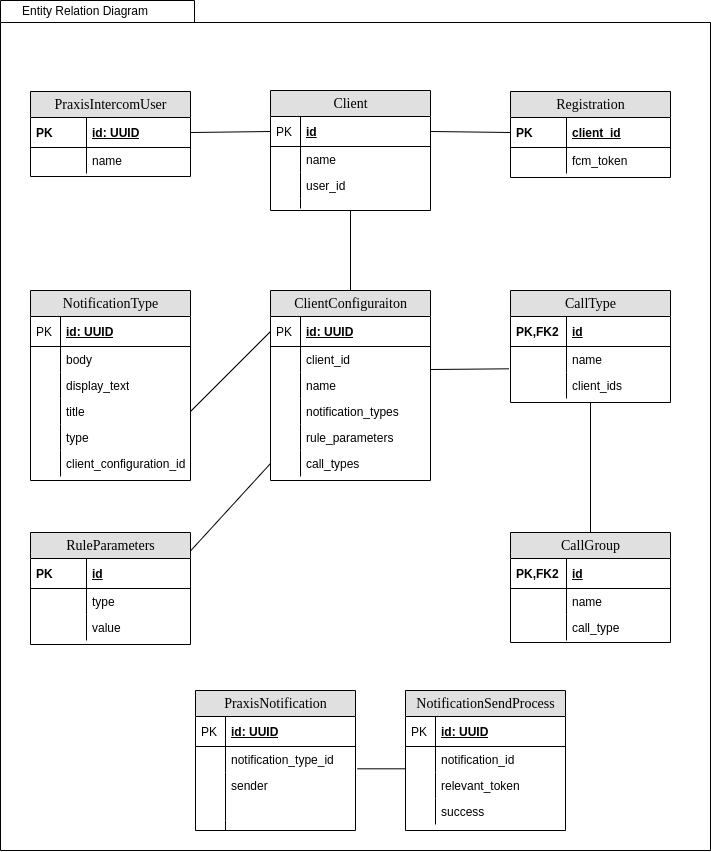
Above: src/graphics/diagramms/erd_v02.png in jsvilling/IP6_Bachelorarbeit_Bericht_Cloudbasiertes_Praxisrufsystem (draw.io), before the change. Source tidied: cells renumbered, new cells last; positions are measured from the earlier drawing's top-left corner, leaving out a move shared by most shapes.
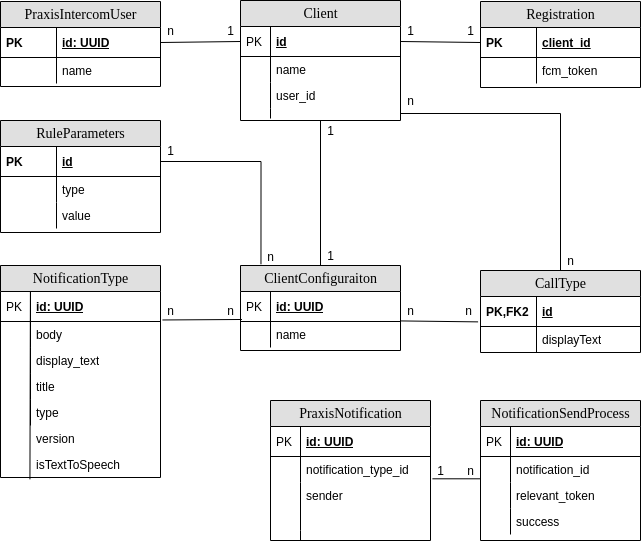
After the change.

What changed in the source:
```diff
@@ -2,11 +2,8 @@
   <root>
     <mxCell id="0" />
     <mxCell id="1" parent="0" />
-    <mxCell id="2" style="shape=folder;fontStyle=1;spacingTop=10;tabWidth=194;tabHeight=22;tabPosition=left;html=1;rounded=0;shadow=0;comic=0;labelBackgroundColor=none;strokeWidth=1;fillColor=none;fontFamily=Verdana;fontSize=10;align=center;" parent="1" vertex="1">
-      <mxGeometry width="710" height="850" as="geometry" />
-    </mxCell>
     <mxCell id="3" value="ClientConfiguraiton" style="swimlane;html=1;fontStyle=0;horizontal=1;startSize=26;fillColor=#e0e0e0;swimlaneFillColor=#ffffff;align=center;rounded=0;shadow=0;comic=0;labelBackgroundColor=none;strokeWidth=1;fontFamily=Verdana;fontSize=14;" parent="1" vertex="1">
-      <mxGeometry x="270" y="290" width="160" height="190" as="geometry" />
+      <mxGeometry x="270" y="355" width="160" height="85" as="geometry" />
     </mxCell>
     <mxCell id="4" value="id: UUID" style="shape=partialRectangle;top=0;left=0;right=0;bottom=1;html=1;align=left;verticalAlign=middle;fillColor=none;spacingLeft=34;spacingRight=4;whiteSpace=wrap;overflow=hidden;points=[[0,0.5],[1,0.5]];portConstraint=eastwest;fontStyle=5;" parent="3" vertex="1">
       <mxGeometry y="26" width="160" height="30" as="geometry" />
@@ -14,36 +11,12 @@
     <mxCell id="5" value="PK" style="shape=partialRectangle;top=0;left=0;bottom=0;html=1;fillColor=none;align=left;verticalAlign=middle;spacingLeft=4;spacingRight=4;whiteSpace=wrap;overflow=hidden;" parent="4" vertex="1">
       <mxGeometry width="30" height="30" as="geometry" />
     </mxCell>
-    <mxCell id="6" value="client_id" style="shape=partialRectangle;top=0;left=0;right=0;bottom=0;html=1;align=left;verticalAlign=top;fillColor=none;spacingLeft=34;spacingRight=4;whiteSpace=wrap;overflow=hidden;" parent="3" vertex="1">
-      <mxGeometry y="56" width="160" height="26" as="geometry" />
-    </mxCell>
-    <mxCell id="7" style="shape=partialRectangle;top=0;left=0;bottom=0;html=1;fillColor=none;align=left;verticalAlign=top;spacingLeft=4;spacingRight=4;whiteSpace=wrap;overflow=hidden;" parent="6" vertex="1">
-      <mxGeometry width="30" height="26" as="geometry" />
-    </mxCell>
     <mxCell id="8" value="name" style="shape=partialRectangle;top=0;left=0;right=0;bottom=0;html=1;align=left;verticalAlign=top;fillColor=none;spacingLeft=34;spacingRight=4;whiteSpace=wrap;overflow=hidden;points=[[0,0.5],[1,0.5]];portConstraint=eastwest;" parent="3" vertex="1">
-      <mxGeometry y="82" width="160" height="26" as="geometry" />
+      <mxGeometry y="56" width="160" height="26" as="geometry" />
     </mxCell>
     <mxCell id="9" style="shape=partialRectangle;top=0;left=0;bottom=0;html=1;fillColor=none;align=left;verticalAlign=top;spacingLeft=4;spacingRight=4;whiteSpace=wrap;overflow=hidden;" parent="8" vertex="1">
       <mxGeometry width="30" height="26" as="geometry" />
     </mxCell>
-    <mxCell id="10" value="notification_types" style="shape=partialRectangle;top=0;left=0;right=0;bottom=0;html=1;align=left;verticalAlign=top;fillColor=none;spacingLeft=34;spacingRight=4;whiteSpace=wrap;overflow=hidden;" parent="3" vertex="1">
-      <mxGeometry y="108" width="160" height="26" as="geometry" />
-    </mxCell>
-    <mxCell id="11" style="shape=partialRectangle;top=0;left=0;bottom=0;html=1;fillColor=none;align=left;verticalAlign=top;spacingLeft=4;spacingRight=4;whiteSpace=wrap;overflow=hidden;" parent="10" vertex="1">
-      <mxGeometry width="30" height="26" as="geometry" />
-    </mxCell>
-    <mxCell id="12" value="rule_parameters" style="shape=partialRectangle;top=0;left=0;right=0;bottom=0;html=1;align=left;verticalAlign=top;fillColor=none;spacingLeft=34;spacingRight=4;whiteSpace=wrap;overflow=hidden;" parent="3" vertex="1">
-      <mxGeometry y="134" width="160" height="26" as="geometry" />
-    </mxCell>
-    <mxCell id="13" style="shape=partialRectangle;top=0;left=0;bottom=0;html=1;fillColor=none;align=left;verticalAlign=top;spacingLeft=4;spacingRight=4;whiteSpace=wrap;overflow=hidden;" parent="12" vertex="1">
-      <mxGeometry width="30" height="26" as="geometry" />
-    </mxCell>
-    <mxCell id="14" value="call_types" style="shape=partialRectangle;top=0;left=0;right=0;bottom=0;html=1;align=left;verticalAlign=top;fillColor=none;spacingLeft=34;spacingRight=4;whiteSpace=wrap;overflow=hidden;points=[[0,0.5],[1,0.5]];portConstraint=eastwest;" parent="3" vertex="1">
-      <mxGeometry y="160" width="160" height="26" as="geometry" />
-    </mxCell>
-    <mxCell id="15" style="shape=partialRectangle;top=0;left=0;bottom=0;html=1;fillColor=none;align=left;verticalAlign=top;spacingLeft=4;spacingRight=4;whiteSpace=wrap;overflow=hidden;" parent="14" vertex="1">
-      <mxGeometry width="30" height="26" as="geometry" />
-    </mxCell>
     <mxCell id="16" value="Client" style="swimlane;html=1;fontStyle=0;horizontal=1;startSize=26;fillColor=#e0e0e0;swimlaneFillColor=#ffffff;align=center;rounded=0;shadow=0;comic=0;labelBackgroundColor=none;strokeWidth=1;fontFamily=Verdana;fontSize=14;swimlaneLine=1;" parent="1" vertex="1">
       <mxGeometry x="270" y="90" width="160" height="120" as="geometry" />
     </mxCell>
@@ -72,7 +45,7 @@
       <mxGeometry width="30" height="10" as="geometry" />
     </mxCell>
     <mxCell id="25" value="NotificationType" style="swimlane;html=1;fontStyle=0;horizontal=1;startSize=26;fillColor=#e0e0e0;swimlaneFillColor=#ffffff;align=center;rounded=0;shadow=0;comic=0;labelBackgroundColor=none;strokeWidth=1;fontFamily=Verdana;fontSize=14;" parent="1" vertex="1">
-      <mxGeometry x="30" y="290" width="160" height="190" as="geometry" />
+      <mxGeometry x="30" y="355" width="160" height="212" as="geometry" />
     </mxCell>
     <mxCell id="26" value="id: UUID" style="shape=partialRectangle;top=0;left=0;right=0;bottom=1;html=1;align=left;verticalAlign=middle;fillColor=none;spacingLeft=34;spacingRight=4;whiteSpace=wrap;overflow=hidden;points=[[0,0.5],[1,0.5]];portConstraint=eastwest;fontStyle=5;" parent="25" vertex="1">
       <mxGeometry y="26" width="160" height="30" as="geometry" />
@@ -104,14 +77,17 @@
     <mxCell id="35" style="shape=partialRectangle;top=0;left=0;bottom=0;html=1;fillColor=none;align=left;verticalAlign=top;spacingLeft=4;spacingRight=4;whiteSpace=wrap;overflow=hidden;" parent="34" vertex="1">
       <mxGeometry width="30" height="26" as="geometry" />
     </mxCell>
-    <mxCell id="36" value="client_configuration_id" style="shape=partialRectangle;top=0;left=0;right=0;bottom=0;html=1;align=left;verticalAlign=top;fillColor=none;spacingLeft=34;spacingRight=4;whiteSpace=wrap;overflow=hidden;" parent="25" vertex="1">
-      <mxGeometry y="160" width="160" height="26" as="geometry" />
-    </mxCell>
-    <mxCell id="37" style="shape=partialRectangle;top=0;left=0;bottom=0;html=1;fillColor=none;align=left;verticalAlign=top;spacingLeft=4;spacingRight=4;whiteSpace=wrap;overflow=hidden;" parent="36" vertex="1">
-      <mxGeometry width="30" height="26" as="geometry" />
-    </mxCell>
+    <mxCell id="96" value="version" style="shape=partialRectangle;top=0;left=0;right=0;bottom=0;html=1;align=left;verticalAlign=top;fillColor=none;spacingLeft=34;spacingRight=4;whiteSpace=wrap;overflow=hidden;" parent="25" vertex="1">
+      <mxGeometry y="160" width="160" height="26" as="geometry" />
+    </mxCell>
+    <mxCell id="97" value="isTextToSpeech" style="shape=partialRectangle;top=0;left=0;right=0;bottom=0;html=1;align=left;verticalAlign=top;fillColor=none;spacingLeft=34;spacingRight=4;whiteSpace=wrap;overflow=hidden;points=[[0,0.5],[1,0.5]];portConstraint=eastwest;" parent="25" vertex="1">
+      <mxGeometry y="186" width="160" height="26" as="geometry" />
+    </mxCell>
+    <mxCell id="98" style="endArrow=none;html=1;rounded=0;entryX=0.187;entryY=-0.002;entryDx=0;entryDy=0;entryPerimeter=0;exitX=0.184;exitY=1.072;exitDx=0;exitDy=0;exitPerimeter=0;" parent="25" edge="1" source="97" target="26">
+      <mxGeometry relative="1" as="geometry" />
+    </mxCell>
     <mxCell id="38" value="PraxisNotification" style="swimlane;html=1;fontStyle=0;horizontal=1;startSize=26;fillColor=#e0e0e0;swimlaneFillColor=#ffffff;align=center;rounded=0;shadow=0;comic=0;labelBackgroundColor=none;strokeWidth=1;fontFamily=Verdana;fontSize=14;" parent="1" vertex="1">
-      <mxGeometry x="195" y="690" width="160" height="140" as="geometry" />
+      <mxGeometry x="300" y="490" width="160" height="140" as="geometry" />
     </mxCell>
     <mxCell id="39" value="id: UUID" style="shape=partialRectangle;top=0;left=0;right=0;bottom=1;html=1;align=left;verticalAlign=middle;fillColor=none;spacingLeft=34;spacingRight=4;whiteSpace=wrap;overflow=hidden;fontStyle=5;" parent="38" vertex="1">
       <mxGeometry y="26" width="160" height="30" as="geometry" />
@@ -168,7 +144,7 @@
       <mxGeometry width="56" height="26" as="geometry" />
     </mxCell>
     <mxCell id="57" value="RuleParameters" style="swimlane;html=1;fontStyle=0;horizontal=1;startSize=26;fillColor=#e0e0e0;swimlaneFillColor=#ffffff;align=center;rounded=0;shadow=0;comic=0;labelBackgroundColor=none;strokeWidth=1;fontFamily=Verdana;fontSize=14;" parent="1" vertex="1">
-      <mxGeometry x="30" y="532" width="160" height="112" as="geometry" />
+      <mxGeometry x="30" y="210" width="160" height="112" as="geometry" />
     </mxCell>
     <mxCell id="58" value="id" style="shape=partialRectangle;top=0;left=0;right=0;bottom=1;html=1;align=left;verticalAlign=middle;fillColor=none;spacingLeft=60;spacingRight=4;whiteSpace=wrap;overflow=hidden;points=[[0,0.5],[1,0.5]];portConstraint=eastwest;fontStyle=5;" parent="57" vertex="1">
       <mxGeometry y="26" width="160" height="30" as="geometry" />
@@ -188,8 +164,11 @@
     <mxCell id="63" style="shape=partialRectangle;top=0;left=0;bottom=0;html=1;fillColor=none;align=left;verticalAlign=top;spacingLeft=4;spacingRight=4;whiteSpace=wrap;overflow=hidden;" parent="62" vertex="1">
       <mxGeometry width="56" height="26" as="geometry" />
     </mxCell>
+    <mxCell id="99" style="edgeStyle=orthogonalEdgeStyle;rounded=0;jettySize=auto;html=1;entryX=1;entryY=0.5;entryDx=0;entryDy=0;endArrow=none;endFill=0;" parent="1" edge="1" source="64" target="23">
+      <mxGeometry relative="1" as="geometry" />
+    </mxCell>
     <mxCell id="64" value="CallType" style="swimlane;html=1;fontStyle=0;horizontal=1;startSize=26;fillColor=#e0e0e0;swimlaneFillColor=#ffffff;align=center;rounded=0;shadow=0;comic=0;labelBackgroundColor=none;strokeWidth=1;fontFamily=Verdana;fontSize=14;" parent="1" vertex="1">
-      <mxGeometry x="510" y="290" width="160" height="112" as="geometry" />
+      <mxGeometry x="510" y="360" width="160" height="82" as="geometry" />
     </mxCell>
     <mxCell id="65" value="id" style="shape=partialRectangle;top=0;left=0;right=0;bottom=1;html=1;align=left;verticalAlign=middle;fillColor=none;spacingLeft=60;spacingRight=4;whiteSpace=wrap;overflow=hidden;points=[[0,0.5],[1,0.5]];portConstraint=eastwest;fontStyle=5;" parent="64" vertex="1">
       <mxGeometry y="26" width="160" height="30" as="geometry" />
@@ -197,20 +176,14 @@
     <mxCell id="66" value="PK,FK2" style="shape=partialRectangle;fontStyle=1;top=0;left=0;bottom=0;html=1;fillColor=none;align=left;verticalAlign=middle;spacingLeft=4;spacingRight=4;whiteSpace=wrap;overflow=hidden;" parent="65" vertex="1">
       <mxGeometry width="56" height="30" as="geometry" />
     </mxCell>
-    <mxCell id="67" value="name" style="shape=partialRectangle;top=0;left=0;right=0;bottom=0;html=1;align=left;verticalAlign=top;fillColor=none;spacingLeft=60;spacingRight=4;whiteSpace=wrap;overflow=hidden;points=[[0,0.5],[1,0.5]];portConstraint=eastwest;" parent="64" vertex="1">
+    <mxCell id="67" value="displayText" style="shape=partialRectangle;top=0;left=0;right=0;bottom=0;html=1;align=left;verticalAlign=top;fillColor=none;spacingLeft=60;spacingRight=4;whiteSpace=wrap;overflow=hidden;points=[[0,0.5],[1,0.5]];portConstraint=eastwest;" parent="64" vertex="1">
       <mxGeometry y="56" width="160" height="26" as="geometry" />
     </mxCell>
     <mxCell id="68" style="shape=partialRectangle;top=0;left=0;bottom=0;html=1;fillColor=none;align=left;verticalAlign=top;spacingLeft=4;spacingRight=4;whiteSpace=wrap;overflow=hidden;" parent="67" vertex="1">
       <mxGeometry width="56" height="26" as="geometry" />
     </mxCell>
-    <mxCell id="69" value="client_ids" style="shape=partialRectangle;top=0;left=0;right=0;bottom=0;html=1;align=left;verticalAlign=top;fillColor=none;spacingLeft=60;spacingRight=4;whiteSpace=wrap;overflow=hidden;" parent="64" vertex="1">
-      <mxGeometry y="82" width="160" height="26" as="geometry" />
-    </mxCell>
-    <mxCell id="70" style="shape=partialRectangle;top=0;left=0;bottom=0;html=1;fillColor=none;align=left;verticalAlign=top;spacingLeft=4;spacingRight=4;whiteSpace=wrap;overflow=hidden;" parent="69" vertex="1">
-      <mxGeometry width="56" height="26" as="geometry" />
-    </mxCell>
     <mxCell id="71" value="NotificationSendProcess" style="swimlane;html=1;fontStyle=0;horizontal=1;startSize=26;fillColor=#e0e0e0;swimlaneFillColor=#ffffff;align=center;rounded=0;shadow=0;comic=0;labelBackgroundColor=none;strokeWidth=1;fontFamily=Verdana;fontSize=14;" parent="1" vertex="1">
-      <mxGeometry x="405" y="690" width="160" height="140" as="geometry" />
+      <mxGeometry x="510" y="490" width="160" height="140" as="geometry" />
     </mxCell>
     <mxCell id="72" value="id: UUID" style="shape=partialRectangle;top=0;left=0;right=0;bottom=1;html=1;align=left;verticalAlign=middle;fillColor=none;spacingLeft=34;spacingRight=4;whiteSpace=wrap;overflow=hidden;fontStyle=5;" parent="71" vertex="1">
       <mxGeometry y="26" width="160" height="30" as="geometry" />
@@ -236,30 +209,6 @@
     <mxCell id="79" style="shape=partialRectangle;top=0;left=0;bottom=0;html=1;fillColor=none;align=left;verticalAlign=top;spacingLeft=4;spacingRight=4;whiteSpace=wrap;overflow=hidden;" parent="78" vertex="1">
       <mxGeometry width="30" height="26" as="geometry" />
     </mxCell>
-    <mxCell id="80" value="Entity Relation Diagram" style="text;html=1;strokeColor=none;fillColor=none;align=center;verticalAlign=middle;whiteSpace=wrap;rounded=0;" parent="1" vertex="1">
-      <mxGeometry x="10" width="150" height="20" as="geometry" />
-    </mxCell>
-    <mxCell id="81" value="CallGroup" style="swimlane;html=1;fontStyle=0;horizontal=1;startSize=26;fillColor=#e0e0e0;swimlaneFillColor=#ffffff;align=center;rounded=0;shadow=0;comic=0;labelBackgroundColor=none;strokeWidth=1;fontFamily=Verdana;fontSize=14;" parent="1" vertex="1">
-      <mxGeometry x="510" y="532" width="160" height="110" as="geometry" />
-    </mxCell>
-    <mxCell id="82" value="id" style="shape=partialRectangle;top=0;left=0;right=0;bottom=1;html=1;align=left;verticalAlign=middle;fillColor=none;spacingLeft=60;spacingRight=4;whiteSpace=wrap;overflow=hidden;fontStyle=5;" parent="81" vertex="1">
-      <mxGeometry y="26" width="160" height="30" as="geometry" />
-    </mxCell>
-    <mxCell id="83" value="PK,FK2" style="shape=partialRectangle;fontStyle=1;top=0;left=0;bottom=0;html=1;fillColor=none;align=left;verticalAlign=middle;spacingLeft=4;spacingRight=4;whiteSpace=wrap;overflow=hidden;" parent="82" vertex="1">
-      <mxGeometry width="56" height="30" as="geometry" />
-    </mxCell>
-    <mxCell id="84" value="name" style="shape=partialRectangle;top=0;left=0;right=0;bottom=0;html=1;align=left;verticalAlign=top;fillColor=none;spacingLeft=60;spacingRight=4;whiteSpace=wrap;overflow=hidden;" parent="81" vertex="1">
-      <mxGeometry y="56" width="160" height="26" as="geometry" />
-    </mxCell>
-    <mxCell id="85" style="shape=partialRectangle;top=0;left=0;bottom=0;html=1;fillColor=none;align=left;verticalAlign=top;spacingLeft=4;spacingRight=4;whiteSpace=wrap;overflow=hidden;" parent="84" vertex="1">
-      <mxGeometry width="56" height="26" as="geometry" />
-    </mxCell>
-    <mxCell id="86" value="call_type" style="shape=partialRectangle;top=0;left=0;right=0;bottom=0;html=1;align=left;verticalAlign=top;fillColor=none;spacingLeft=60;spacingRight=4;whiteSpace=wrap;overflow=hidden;" parent="81" vertex="1">
-      <mxGeometry y="82" width="160" height="26" as="geometry" />
-    </mxCell>
-    <mxCell id="87" style="shape=partialRectangle;top=0;left=0;bottom=0;html=1;fillColor=none;align=left;verticalAlign=top;spacingLeft=4;spacingRight=4;whiteSpace=wrap;overflow=hidden;" parent="86" vertex="1">
-      <mxGeometry width="56" height="26" as="geometry" />
-    </mxCell>
     <mxCell id="88" style="endArrow=none;html=1;rounded=0;exitX=0.5;exitY=0;exitDx=0;exitDy=0;startArrow=none;startFill=0;" parent="1" edge="1" source="3">
       <mxGeometry relative="1" as="geometry">
         <mxPoint x="350" y="210" as="targetPoint" />
@@ -271,20 +220,67 @@
     <mxCell id="90" style="endArrow=none;html=1;rounded=0;exitX=1;exitY=0.5;exitDx=0;exitDy=0;entryX=0;entryY=0.5;entryDx=0;entryDy=0;" parent="1" edge="1" source="17" target="48">
       <mxGeometry relative="1" as="geometry" />
     </mxCell>
-    <mxCell id="91" style="endArrow=none;html=1;rounded=0;exitX=1;exitY=0.5;exitDx=0;exitDy=0;entryX=0;entryY=0.5;entryDx=0;entryDy=0;" parent="1" edge="1" source="32" target="4">
+    <mxCell id="91" style="endArrow=none;html=1;rounded=0;exitX=1.012;exitY=0.949;exitDx=0;exitDy=0;entryX=0.009;entryY=0.933;entryDx=0;entryDy=0;exitPerimeter=0;entryPerimeter=0;" parent="1" edge="1" source="26" target="4">
       <mxGeometry relative="1" as="geometry" />
     </mxCell>
     <mxCell id="92" style="endArrow=none;html=1;rounded=0;exitX=1.012;exitY=0.858;exitDx=0;exitDy=0;exitPerimeter=0;entryX=-0.001;entryY=-0.142;entryDx=0;entryDy=0;entryPerimeter=0;" parent="1" edge="1" source="41" target="76">
       <mxGeometry relative="1" as="geometry" />
     </mxCell>
-    <mxCell id="93" style="endArrow=none;html=1;rounded=0;exitX=1.003;exitY=0.16;exitDx=0;exitDy=0;exitPerimeter=0;entryX=0;entryY=0.5;entryDx=0;entryDy=0;" parent="1" edge="1" source="57" target="14">
-      <mxGeometry relative="1" as="geometry" />
-    </mxCell>
-    <mxCell id="94" style="endArrow=none;html=1;rounded=0;entryX=0.5;entryY=1;entryDx=0;entryDy=0;exitX=0.5;exitY=0;exitDx=0;exitDy=0;" parent="1" edge="1" source="81" target="64">
-      <mxGeometry relative="1" as="geometry" />
-    </mxCell>
-    <mxCell id="95" style="endArrow=none;html=1;rounded=0;exitX=1.003;exitY=-0.115;exitDx=0;exitDy=0;exitPerimeter=0;entryX=-0.01;entryY=0.858;entryDx=0;entryDy=0;entryPerimeter=0;" parent="1" edge="1" source="8" target="67">
-      <mxGeometry relative="1" as="geometry" />
+    <mxCell id="95" style="endArrow=none;html=1;rounded=0;exitX=1;exitY=-0.022;exitDx=0;exitDy=0;exitPerimeter=0;entryX=-0.015;entryY=0.846;entryDx=0;entryDy=0;entryPerimeter=0;" parent="1" edge="1" target="65">
+      <mxGeometry relative="1" as="geometry">
+        <mxPoint x="430" y="410.4" as="sourcePoint" />
+      </mxGeometry>
     </mxCell>
+    <mxCell id="100" style="edgeStyle=orthogonalEdgeStyle;rounded=0;jettySize=auto;html=1;entryX=0.128;entryY=-0.014;entryDx=0;entryDy=0;entryPerimeter=0;endArrow=none;endFill=0;" parent="1" edge="1" source="58" target="3">
+      <mxGeometry relative="1" as="geometry" />
+    </mxCell>
+    <mxCell id="101" value="1" style="text;html=1;align=center;verticalAlign=middle;strokeColor=none;fillColor=none;" parent="1" vertex="1">
+      <mxGeometry x="430" y="110" width="20" height="20" as="geometry" />
+    </mxCell>
+    <mxCell id="102" value="1" style="text;html=1;align=center;verticalAlign=middle;strokeColor=none;fillColor=none;" parent="1" vertex="1">
+      <mxGeometry x="490" y="110" width="20" height="20" as="geometry" />
+    </mxCell>
+    <mxCell id="103" value="n" style="text;html=1;align=center;verticalAlign=middle;strokeColor=none;fillColor=none;" parent="1" vertex="1">
+      <mxGeometry x="190" y="110" width="20" height="20" as="geometry" />
+    </mxCell>
+    <mxCell id="104" value="1" style="text;html=1;align=center;verticalAlign=middle;strokeColor=none;fillColor=none;" parent="1" vertex="1">
+      <mxGeometry x="250" y="110" width="20" height="20" as="geometry" />
+    </mxCell>
+    <mxCell id="105" value="1" style="text;html=1;align=center;verticalAlign=middle;strokeColor=none;fillColor=none;" parent="1" vertex="1">
+      <mxGeometry x="190" y="230" width="20" height="20" as="geometry" />
+    </mxCell>
+    <mxCell id="106" value="n" style="text;html=1;align=center;verticalAlign=middle;strokeColor=none;fillColor=none;" parent="1" vertex="1">
+      <mxGeometry x="290" y="336" width="20" height="20" as="geometry" />
+    </mxCell>
+    <mxCell id="107" value="n" style="text;html=1;align=center;verticalAlign=middle;strokeColor=none;fillColor=none;" parent="1" vertex="1">
+      <mxGeometry x="190" y="390" width="20" height="20" as="geometry" />
+    </mxCell>
+    <mxCell id="108" value="n" style="text;html=1;align=center;verticalAlign=middle;strokeColor=none;fillColor=none;" parent="1" vertex="1">
+      <mxGeometry x="250" y="390" width="20" height="20" as="geometry" />
+    </mxCell>
+    <mxCell id="109" value="n" style="text;html=1;align=center;verticalAlign=middle;strokeColor=none;fillColor=none;" parent="1" vertex="1">
+      <mxGeometry x="430" y="390" width="20" height="20" as="geometry" />
+    </mxCell>
+    <mxCell id="110" value="n" style="text;html=1;align=center;verticalAlign=middle;strokeColor=none;fillColor=none;" parent="1" vertex="1">
+      <mxGeometry x="488" y="390" width="20" height="20" as="geometry" />
+    </mxCell>
+    <mxCell id="111" value="1" style="text;html=1;align=center;verticalAlign=middle;strokeColor=none;fillColor=none;" parent="1" vertex="1">
+      <mxGeometry x="460" y="550" width="20" height="20" as="geometry" />
+    </mxCell>
+    <mxCell id="112" value="n" style="text;html=1;align=center;verticalAlign=middle;strokeColor=none;fillColor=none;" parent="1" vertex="1">
+      <mxGeometry x="490" y="550" width="20" height="20" as="geometry" />
+    </mxCell>
+    <mxCell id="113" value="n" style="text;html=1;align=center;verticalAlign=middle;strokeColor=none;fillColor=none;" parent="1" vertex="1">
+      <mxGeometry x="590" y="340" width="20" height="20" as="geometry" />
+    </mxCell>
+    <mxCell id="114" value="n" style="text;html=1;align=center;verticalAlign=middle;strokeColor=none;fillColor=none;" parent="1" vertex="1">
+      <mxGeometry x="430" y="180" width="20" height="20" as="geometry" />
+    </mxCell>
+    <mxCell id="115" value="1" style="text;html=1;align=center;verticalAlign=middle;strokeColor=none;fillColor=none;" parent="1" vertex="1">
+      <mxGeometry x="350" y="210" width="20" height="20" as="geometry" />
+    </mxCell>
+    <mxCell id="116" value="1" style="text;html=1;align=center;verticalAlign=middle;strokeColor=none;fillColor=none;" parent="1" vertex="1">
+      <mxGeometry x="350" y="335" width="20" height="20" as="geometry" />
+    </mxCell>
   </root>
 </mxGraphModel>
```
